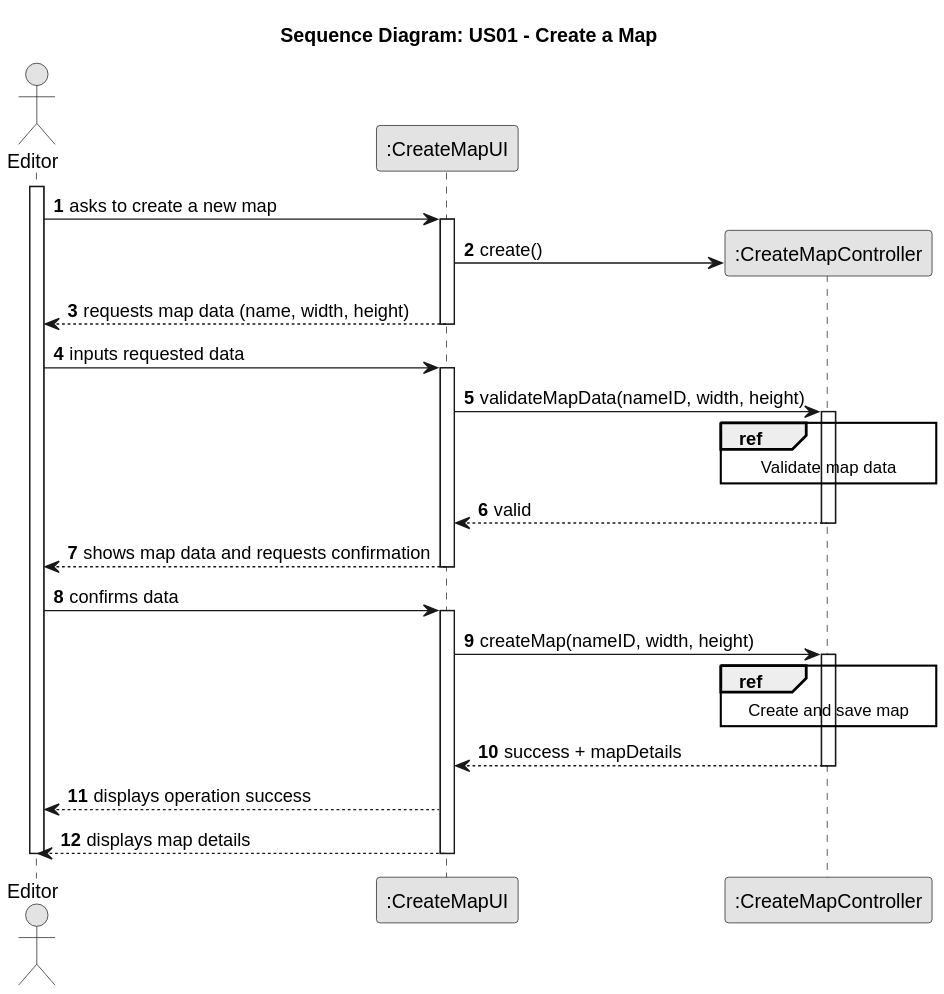
The PlantUML diagram docs/system-documentation/Sprint 3/US01/03.design/svg/US01-SD-split-Sequence_Diagram.svg in HenriqueSilva18/Railway-Network-Simulator, before a commit. Source of this version:
```plantuml
@startuml
skinparam monochrome true
skinparam packageStyle rectangle
skinparam shadowing false

autonumber

title Sequence Diagram: US01 - Create a Map

actor "Editor" as editor
participant ":CreateMapUI" as UI
participant ":CreateMapController" as CTRL

activate editor

    editor -> UI : asks to create a new map
        activate UI
            UI -> CTRL**: create()
            UI --> editor: requests map data (name, width, height)
        deactivate UI

    editor -> UI: inputs requested data
        activate UI
            UI -> CTRL: validateMapData(nameID, width, height)
            activate CTRL

            ref over CTRL
            Validate map data
            end

                CTRL --> UI: valid
            deactivate CTRL

            UI --> editor: shows map data and requests confirmation
        deactivate UI

    editor -> UI: confirms data
        activate UI
            UI -> CTRL: createMap(nameID, width, height)

            ref over CTRL
            Create and save map
            end

            activate CTRL
                CTRL --> UI: success + mapDetails
            deactivate CTRL

            UI --> editor: displays operation success
            UI --> editor: displays map details
        deactivate UI

deactivate editor
@enduml
```
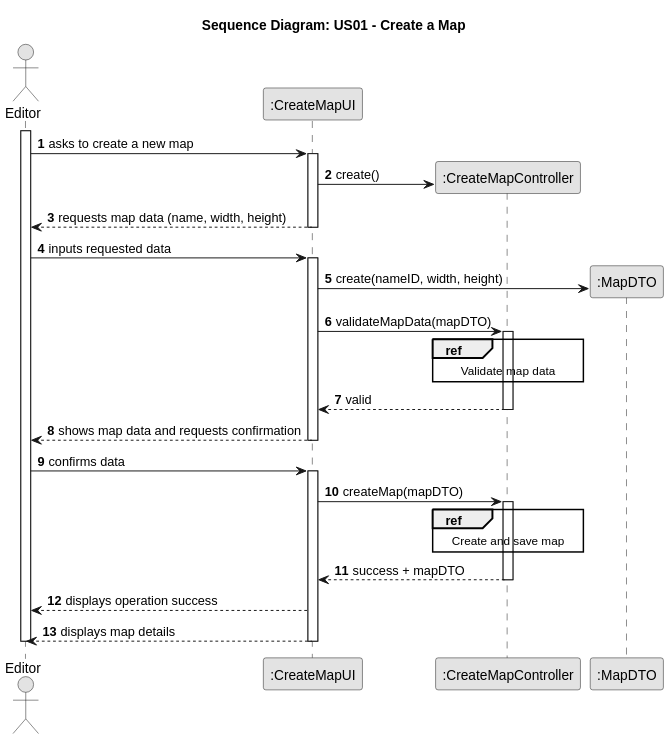
Later version of the same file.

What changed in the source:
```diff
@@ -10,6 +10,7 @@
 actor "Editor" as editor
 participant ":CreateMapUI" as UI
 participant ":CreateMapController" as CTRL
+participant ":MapDTO" as DTO
 
 activate editor
 
@@ -21,7 +22,8 @@
 
     editor -> UI: inputs requested data
         activate UI
-            UI -> CTRL: validateMapData(nameID, width, height)
+            UI -> DTO**: create(nameID, width, height)
+            UI -> CTRL: validateMapData(mapDTO)
             activate CTRL
 
             ref over CTRL
@@ -36,14 +38,14 @@
 
     editor -> UI: confirms data
         activate UI
-            UI -> CTRL: createMap(nameID, width, height)
+            UI -> CTRL: createMap(mapDTO)
 
             ref over CTRL
             Create and save map
             end
 
             activate CTRL
-                CTRL --> UI: success + mapDetails
+                CTRL --> UI: success + mapDTO
             deactivate CTRL
 
             UI --> editor: displays operation success
```
